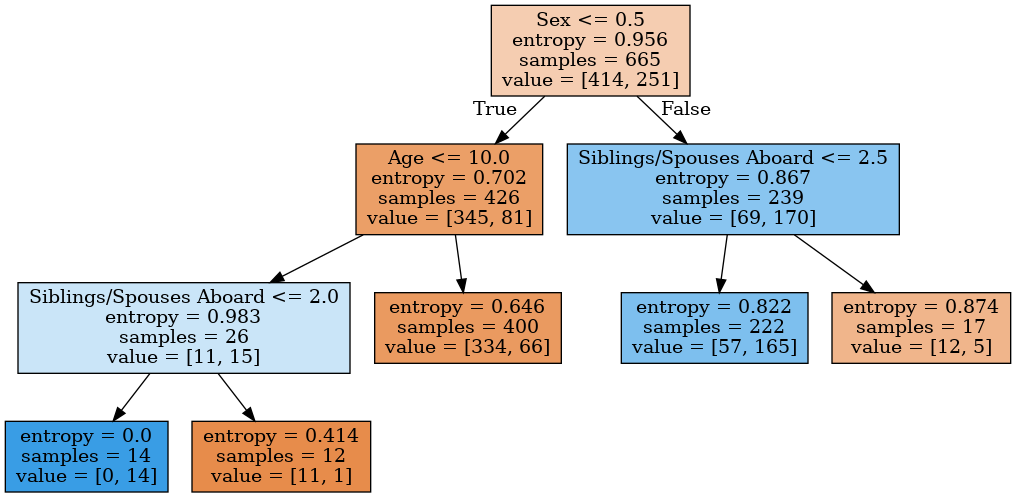
Above: datanerd.hateblo.jp/2020/04/30/tree/model4_B.png in sugiyamath/self_kaggling (Graphviz), before the change. Its source is kept beside it as datanerd.hateblo.jp/2020/04/30/tree/model4_B.dot.
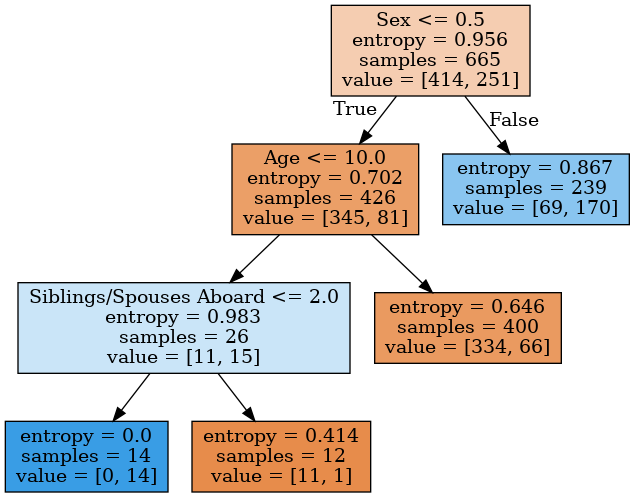
Above is the later version.

The edit, as a diff of the source:
```diff
@@ -11,10 +11,6 @@
 3 -> 6 ;
 4 [label="entropy = 0.646\nsamples = 400\nvalue = [334, 66]", fillcolor="#ea9a60"] ;
 1 -> 4 ;
-2 [label="Siblings/Spouses Aboard <= 2.5\nentropy = 0.867\nsamples = 239\nvalue = [69, 170]", fillcolor="#89c5f0"] ;
+2 [label="entropy = 0.867\nsamples = 239\nvalue = [69, 170]", fillcolor="#89c5f0"] ;
 0 -> 2 [labeldistance=2.5, labelangle=-45, headlabel="False"] ;
-7 [label="entropy = 0.822\nsamples = 222\nvalue = [57, 165]", fillcolor="#7dbfee"] ;
-2 -> 7 ;
-8 [label="entropy = 0.874\nsamples = 17\nvalue = [12, 5]", fillcolor="#f0b58b"] ;
-2 -> 8 ;
 }
```
